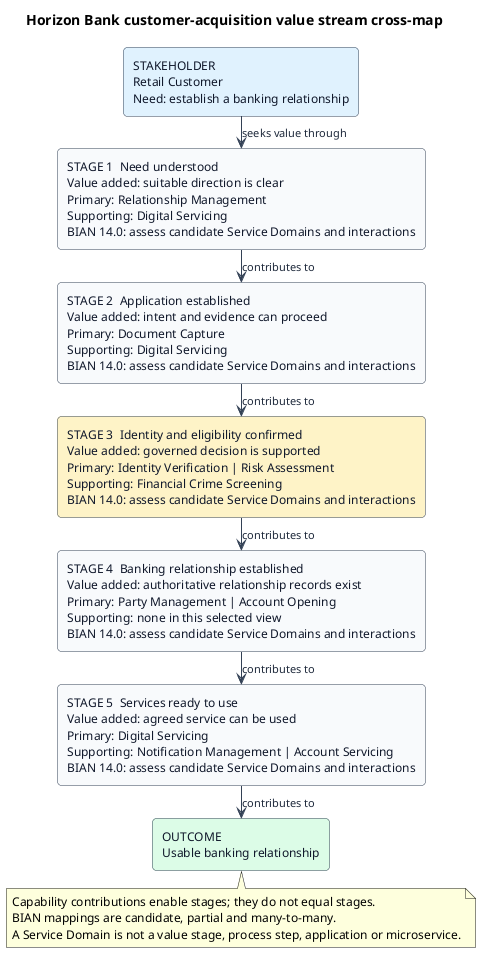
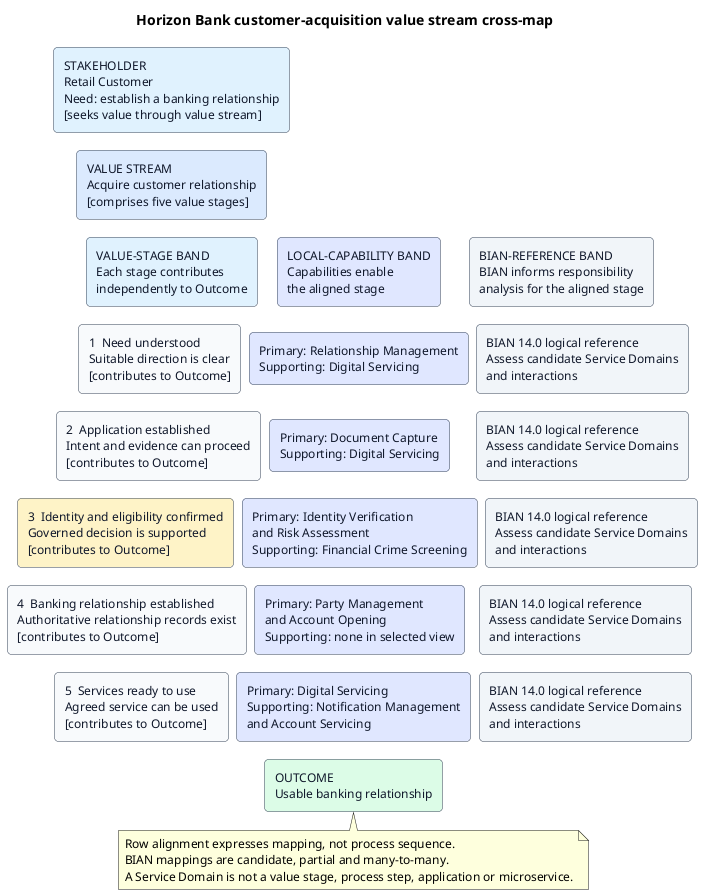
@startuml
title Horizon Bank customer-acquisition value stream cross-map

skinparam backgroundColor #FFFFFF
skinparam defaultFontName Arial
skinparam defaultFontSize 12
skinparam shadowing false
- skinparam ranksep 15
+ skinparam ranksep 18
+ skinparam nodesep 8
+ skinparam linetype ortho
skinparam ArrowColor #334155
skinparam ArrowFontColor #1E293B
skinparam ArrowFontSize 11
skinparam rectangle {
  BorderColor #334155
  FontColor #0F172A
  RoundCorner 8
}

- rectangle "STAKEHOLDER\nRetail Customer\nNeed: establish a banking relationship" as CUSTOMER #E0F2FE
+ rectangle "STAKEHOLDER\nRetail Customer\nNeed: establish a banking relationship\n[seeks value through value stream]" as CUSTOMER #E0F2FE
+ rectangle "VALUE STREAM\nAcquire customer relationship\n[comprises five value stages]" as STREAM #DBEAFE

- rectangle "STAGE 1  Need understood\nValue added: suitable direction is clear\nPrimary: Relationship Management\nSupporting: Digital Servicing\nBIAN 14.0: assess candidate Service Domains and interactions" as S1 #F8FAFC
- rectangle "STAGE 2  Application established\nValue added: intent and evidence can proceed\nPrimary: Document Capture\nSupporting: Digital Servicing\nBIAN 14.0: assess candidate Service Domains and interactions" as S2 #F8FAFC
- rectangle "STAGE 3  Identity and eligibility confirmed\nValue added: governed decision is supported\nPrimary: Identity Verification | Risk Assessment\nSupporting: Financial Crime Screening\nBIAN 14.0: assess candidate Service Domains and interactions" as S3 #FEF3C7
- rectangle "STAGE 4  Banking relationship established\nValue added: authoritative relationship records exist\nPrimary: Party Management | Account Opening\nSupporting: none in this selected view\nBIAN 14.0: assess candidate Service Domains and interactions" as S4 #F8FAFC
- rectangle "STAGE 5  Services ready to use\nValue added: agreed service can be used\nPrimary: Digital Servicing\nSupporting: Notification Management | Account Servicing\nBIAN 14.0: assess candidate Service Domains and interactions" as S5 #F8FAFC
+ rectangle "VALUE-STAGE BAND\nEach stage contributes\nindependently to Outcome" as SH #E0F2FE
+ rectangle "LOCAL-CAPABILITY BAND\nCapabilities enable\nthe aligned stage" as CH #E0E7FF
+ rectangle "BIAN-REFERENCE BAND\nBIAN informs responsibility\nanalysis for the aligned stage" as BH #F1F5F9
+ 
+ rectangle "1  Need understood\nSuitable direction is clear\n[contributes to Outcome]" as S1 #F8FAFC
+ rectangle "2  Application established\nIntent and evidence can proceed\n[contributes to Outcome]" as S2 #F8FAFC
+ rectangle "3  Identity and eligibility confirmed\nGoverned decision is supported\n[contributes to Outcome]" as S3 #FEF3C7
+ rectangle "4  Banking relationship established\nAuthoritative relationship records exist\n[contributes to Outcome]" as S4 #F8FAFC
+ rectangle "5  Services ready to use\nAgreed service can be used\n[contributes to Outcome]" as S5 #F8FAFC
+ 
+ rectangle "Primary: Relationship Management\nSupporting: Digital Servicing" as C1 #E0E7FF
+ rectangle "Primary: Document Capture\nSupporting: Digital Servicing" as C2 #E0E7FF
+ rectangle "Primary: Identity Verification\nand Risk Assessment\nSupporting: Financial Crime Screening" as C3 #E0E7FF
+ rectangle "Primary: Party Management\nand Account Opening\nSupporting: none in selected view" as C4 #E0E7FF
+ rectangle "Primary: Digital Servicing\nSupporting: Notification Management\nand Account Servicing" as C5 #E0E7FF
+ 
+ rectangle "BIAN 14.0 logical reference\nAssess candidate Service Domains\nand interactions" as B1 #F1F5F9
+ rectangle "BIAN 14.0 logical reference\nAssess candidate Service Domains\nand interactions" as B2 #F1F5F9
+ rectangle "BIAN 14.0 logical reference\nAssess candidate Service Domains\nand interactions" as B3 #F1F5F9
+ rectangle "BIAN 14.0 logical reference\nAssess candidate Service Domains\nand interactions" as B4 #F1F5F9
+ rectangle "BIAN 14.0 logical reference\nAssess candidate Service Domains\nand interactions" as B5 #F1F5F9

rectangle "OUTCOME\nUsable banking relationship" as OUTCOME #DCFCE7

- CUSTOMER -down-> S1 : seeks value through
- S1 -down-> S2 : contributes to
- S2 -down-> S3 : contributes to
- S3 -down-> S4 : contributes to
- S4 -down-> S5 : contributes to
- S5 -down-> OUTCOME : contributes to
+ CUSTOMER -[hidden]down- STREAM
+ STREAM -[hidden]down- SH
+ 
+ SH -[hidden]right- CH
+ CH -[hidden]right- BH
+ SH -[hidden]down- S1
+ CH -[hidden]down- C1
+ BH -[hidden]down- B1
+ S1 -[hidden]down- S2
+ S2 -[hidden]down- S3
+ S3 -[hidden]down- S4
+ S4 -[hidden]down- S5
+ C1 -[hidden]down- C2
+ C2 -[hidden]down- C3
+ C3 -[hidden]down- C4
+ C4 -[hidden]down- C5
+ B1 -[hidden]down- B2
+ B2 -[hidden]down- B3
+ B3 -[hidden]down- B4
+ B4 -[hidden]down- B5
+ S1 -[hidden]right- C1
+ S2 -[hidden]right- C2
+ S3 -[hidden]right- C3
+ S4 -[hidden]right- C4
+ S5 -[hidden]right- C5
+ C1 -[hidden]right- B1
+ C2 -[hidden]right- B2
+ C3 -[hidden]right- B3
+ C4 -[hidden]right- B4
+ C5 -[hidden]right- B5
+ S5 -[hidden]down- OUTCOME
+ C5 -[hidden]down- OUTCOME
+ B5 -[hidden]down- OUTCOME

note bottom
-   Capability contributions enable stages; they do not equal stages.
+   Row alignment expresses mapping, not process sequence.
  BIAN mappings are candidate, partial and many-to-many.
  A Service Domain is not a value stage, process step, application or microservice.
end note
@enduml
